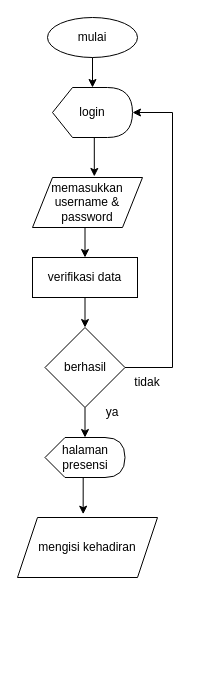
Earlier version of the draw.io diagram flowchart_presensi.drawio (Brainstormers-comunity/Presensi-Digital). Source tidied: cells renumbered, new cells numbered last; positions are measured from the earlier drawing's top-left corner, leaving out a move shared by most shapes. Both pictures are drawn from the tidied source at 100%, with x=0, y=0 at pixel (17, 17).
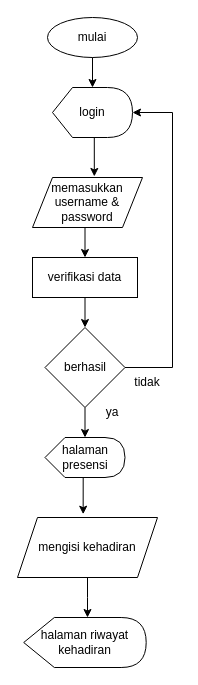
After the change.

The change refers to these unchanged cells:
```xml
<mxCell id="16" value="mengisi kehadiran" style="shape=parallelogram;perimeter=parallelogramPerimeter;whiteSpace=wrap;html=1;fixedSize=1;" parent="1" vertex="1">
  <mxGeometry y="500" width="140" height="60" as="geometry" />
</mxCell>
```

What changed in the source:
```diff
@@
+    <mxCell id="18" style="edgeStyle=orthogonalEdgeStyle;rounded=0;jettySize=auto;html=1;exitX=0.5;exitY=1;exitDx=0;exitDy=0;" parent="1" edge="1" source="16">
+      <mxGeometry relative="1" as="geometry">
+        <mxPoint x="70" y="600" as="targetPoint" />
+      </mxGeometry>
+    </mxCell>
@@
+    <mxCell id="19" value="halaman riwayat kehadiran" style="shape=display;whiteSpace=wrap;html=1;" parent="1" vertex="1">
+      <mxGeometry x="6.2" y="600" width="122.5" height="50" as="geometry" />
+    </mxCell>
```
